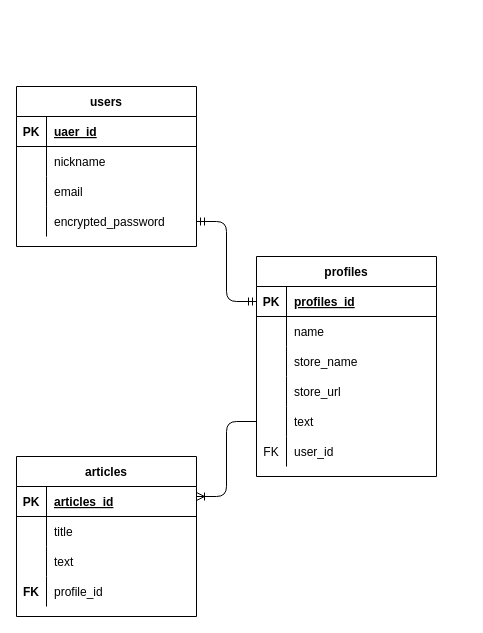
Earlier version of the draw.io diagram youme_ER.dio (yait-ucess/YouMe). Source tidied: cells renumbered, new cells numbered last; positions are measured from the earlier drawing's top-left corner, leaving out a move shared by most shapes. Both pictures are drawn from the tidied source at 100%, with x=0, y=0 at pixel (16, 86).
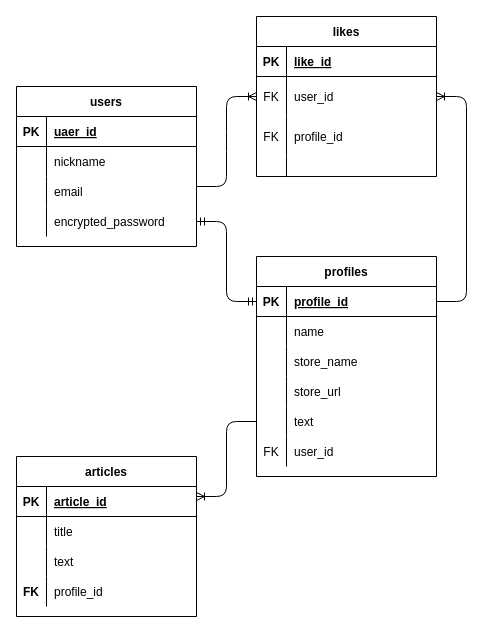
After the change.

The change refers to these unchanged cells:
```xml
<mxCell id="16" style="shape=partialRectangle;fillColor=none;top=0;left=0;bottom=1;right=0;points=[[0,0.5],[1,0.5]];portConstraint=eastwest;" parent="15" vertex="1">
  <mxGeometry y="30" width="180" height="30" as="geometry" />
</mxCell>
<mxCell id="35" style="shape=partialRectangle;fillColor=none;top=0;left=0;bottom=1;right=0;" parent="34" vertex="1">
  <mxGeometry y="30" width="180" height="30" as="geometry" />
</mxCell>
```

Change to the diagram source:
```diff
@@
-    <mxCell id="18" value="profiles_id" style="shape=partialRectangle;fillColor=none;top=0;left=0;bottom=0;right=0;align=left;spacingLeft=6;fontStyle=5;overflow=hidden;" parent="16" vertex="1">
+    <mxCell id="18" value="profile_id" style="shape=partialRectangle;fillColor=none;top=0;left=0;bottom=0;right=0;align=left;spacingLeft=6;fontStyle=5;overflow=hidden;" parent="16" vertex="1">
       <mxGeometry x="30" width="150" height="30" as="geometry" />
     </mxCell>
@@
-    <mxCell id="37" value="articles_id" style="shape=partialRectangle;fillColor=none;top=0;left=0;bottom=0;right=0;align=left;spacingLeft=6;fontStyle=5;overflow=hidden;" parent="35" vertex="1">
+    <mxCell id="37" value="article_id" style="shape=partialRectangle;fillColor=none;top=0;left=0;bottom=0;right=0;align=left;spacingLeft=6;fontStyle=5;overflow=hidden;" parent="35" vertex="1">
       <mxGeometry x="30" width="150" height="30" as="geometry" />
     </mxCell>
@@
+    <mxCell id="49" value="likes" style="shape=table;startSize=30;childLayout=tableLayout;rowLines=0;fontStyle=1;align=center;" parent="1" vertex="1">
+      <mxGeometry x="240" y="-70" width="180" height="160" as="geometry" />
+    </mxCell>
+    <mxCell id="50" style="shape=partialRectangle;fillColor=none;top=0;left=0;bottom=1;right=0;" parent="49" vertex="1">
+      <mxGeometry y="30" width="180" height="30" as="geometry" />
+    </mxCell>
+    <mxCell id="51" value="PK" style="shape=partialRectangle;fillColor=none;top=0;left=0;bottom=0;right=0;fontStyle=1;overflow=hidden;" parent="50" vertex="1">
+      <mxGeometry width="30" height="30" as="geometry" />
+    </mxCell>
+    <mxCell id="52" value="like_id" style="shape=partialRectangle;fillColor=none;top=0;left=0;bottom=0;right=0;align=left;spacingLeft=6;fontStyle=5;overflow=hidden;" parent="50" vertex="1">
+      <mxGeometry x="30" width="150" height="30" as="geometry" />
+    </mxCell>
+    <mxCell id="53" style="shape=partialRectangle;fillColor=none;top=0;left=0;bottom=0;right=0;points=[[0,0.5],[1,0.5]];portConstraint=eastwest;" parent="49" vertex="1">
+      <mxGeometry y="60" width="180" height="40" as="geometry" />
+    </mxCell>
+    <mxCell id="54" value="FK" style="shape=partialRectangle;fillColor=none;top=0;left=0;bottom=0;right=0;overflow=hidden;" parent="53" vertex="1">
+      <mxGeometry width="30" height="40" as="geometry" />
+    </mxCell>
+    <mxCell id="55" value="user_id" style="shape=partialRectangle;fillColor=none;top=0;left=0;bottom=0;right=0;align=left;spacingLeft=6;overflow=hidden;" parent="53" vertex="1">
+      <mxGeometry x="30" width="150" height="40" as="geometry" />
+    </mxCell>
+    <mxCell id="56" style="shape=partialRectangle;fillColor=none;top=0;left=0;bottom=0;right=0;" parent="49" vertex="1">
+      <mxGeometry y="100" width="180" height="40" as="geometry" />
+    </mxCell>
+    <mxCell id="57" value="FK" style="shape=partialRectangle;fillColor=none;top=0;left=0;bottom=0;right=0;overflow=hidden;" parent="56" vertex="1">
+      <mxGeometry width="30" height="40" as="geometry" />
+    </mxCell>
+    <mxCell id="58" value="profile_id" style="shape=partialRectangle;fillColor=none;top=0;left=0;bottom=0;right=0;align=left;spacingLeft=6;overflow=hidden;" parent="56" vertex="1">
+      <mxGeometry x="30" width="150" height="40" as="geometry" />
+    </mxCell>
+    <mxCell id="59" style="shape=partialRectangle;fillColor=none;top=0;left=0;bottom=0;right=0;" parent="49" vertex="1">
+      <mxGeometry y="140" width="180" height="20" as="geometry" />
+    </mxCell>
+    <mxCell id="60" style="shape=partialRectangle;fillColor=none;top=0;left=0;bottom=0;right=0;overflow=hidden;" parent="59" vertex="1">
+      <mxGeometry width="30" height="20" as="geometry" />
+    </mxCell>
+    <mxCell id="61" style="shape=partialRectangle;fillColor=none;top=0;left=0;bottom=0;right=0;align=left;spacingLeft=6;overflow=hidden;" parent="59" vertex="1">
+      <mxGeometry x="30" width="150" height="20" as="geometry" />
+    </mxCell>
+    <mxCell id="62" style="edgeStyle=entityRelationEdgeStyle;fontSize=12;html=1;endArrow=ERoneToMany;entryX=0;entryY=0.5;entryDx=0;entryDy=0;" parent="1" edge="1" target="53">
+      <mxGeometry relative="1" as="geometry">
+        <mxPoint x="180" y="100" as="sourcePoint" />
+      </mxGeometry>
+    </mxCell>
+    <mxCell id="63" style="edgeStyle=entityRelationEdgeStyle;fontSize=12;html=1;endArrow=ERoneToMany;entryX=1;entryY=0.5;entryDx=0;entryDy=0;exitX=1;exitY=0.5;exitDx=0;exitDy=0;" parent="1" edge="1" source="16" target="53">
+      <mxGeometry relative="1" as="geometry" />
+    </mxCell>
```
